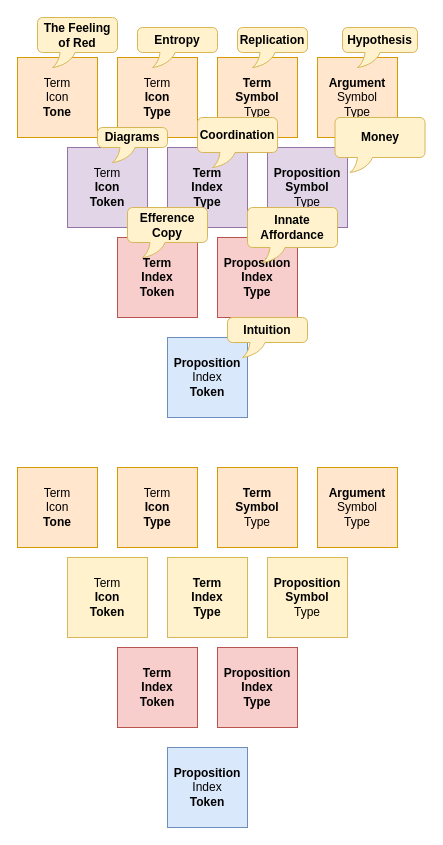
This is tensigns.drawio from codeaudit/1, a draw.io file, before an edit. Source tidied: cells renumbered, new cells numbered last; positions are measured from the earlier drawing's top-left corner, leaving out a move shared by most shapes. Both pictures are drawn from the tidied source at 100%, with x=0, y=0 at pixel (17, 17).
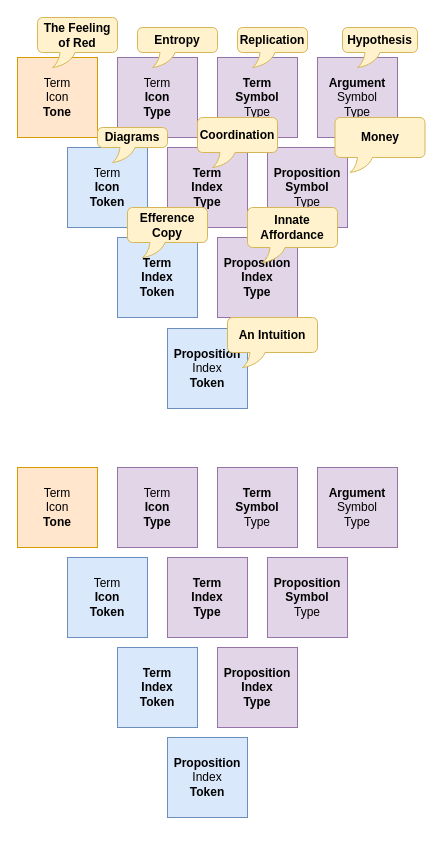
The same page after the edit.

The edit, as a diff of the source:
```diff
@@
-    <mxCell id="3" value="Term&lt;br&gt;&lt;b&gt;Icon&lt;br&gt;Type&lt;/b&gt;" style="whiteSpace=wrap;html=1;fillColor=#ffe6cc;strokeColor=#d79b00;" parent="1" vertex="1">
+    <mxCell id="3" value="Term&lt;br&gt;&lt;b&gt;Icon&lt;br&gt;Type&lt;/b&gt;" style="whiteSpace=wrap;html=1;fillColor=#e1d5e7;strokeColor=#9673a6;" parent="1" vertex="1">
       <mxGeometry x="100" y="450" width="80" height="80" as="geometry" />
     </mxCell>
-    <mxCell id="4" value="&lt;b&gt;Term&lt;br&gt;Symbol&lt;/b&gt;&lt;br&gt;Type" style="whiteSpace=wrap;html=1;fillColor=#ffe6cc;strokeColor=#d79b00;" parent="1" vertex="1">
+    <mxCell id="4" value="&lt;b&gt;Term&lt;br&gt;Symbol&lt;/b&gt;&lt;br&gt;Type" style="whiteSpace=wrap;html=1;fillColor=#e1d5e7;strokeColor=#9673a6;" parent="1" vertex="1">
       <mxGeometry x="200" y="450" width="80" height="80" as="geometry" />
     </mxCell>
-    <mxCell id="5" value="&lt;span&gt;&lt;b&gt;Argument&lt;/b&gt;&lt;br&gt;Symbol&lt;/span&gt;&lt;br&gt;&lt;span&gt;Type&lt;/span&gt;" style="whiteSpace=wrap;html=1;fillColor=#ffe6cc;strokeColor=#d79b00;" parent="1" vertex="1">
+    <mxCell id="5" value="&lt;span&gt;&lt;b&gt;Argument&lt;/b&gt;&lt;br&gt;Symbol&lt;/span&gt;&lt;br&gt;&lt;span&gt;Type&lt;/span&gt;" style="whiteSpace=wrap;html=1;fillColor=#e1d5e7;strokeColor=#9673a6;" parent="1" vertex="1">
       <mxGeometry x="300" y="450" width="80" height="80" as="geometry" />
     </mxCell>
-    <mxCell id="6" value="&lt;span&gt;Term&lt;/span&gt;&lt;br&gt;&lt;b&gt;&lt;span&gt;Icon&lt;/span&gt;&lt;br&gt;&lt;span&gt;Token&lt;/span&gt;&lt;/b&gt;" style="whiteSpace=wrap;html=1;fillColor=#fff2cc;strokeColor=#d6b656;" parent="1" vertex="1">
+    <mxCell id="6" value="&lt;span&gt;Term&lt;/span&gt;&lt;br&gt;&lt;b&gt;&lt;span&gt;Icon&lt;/span&gt;&lt;br&gt;&lt;span&gt;Token&lt;/span&gt;&lt;/b&gt;" style="whiteSpace=wrap;html=1;fillColor=#dae8fc;strokeColor=#6c8ebf;" parent="1" vertex="1">
       <mxGeometry x="50" y="540" width="80" height="80" as="geometry" />
     </mxCell>
-    <mxCell id="7" value="&lt;b&gt;&lt;span&gt;Term&lt;/span&gt;&lt;br&gt;&lt;span&gt;Index&lt;/span&gt;&lt;br&gt;&lt;span&gt;Type&lt;/span&gt;&lt;/b&gt;" style="whiteSpace=wrap;html=1;fillColor=#fff2cc;strokeColor=#d6b656;" parent="1" vertex="1">
+    <mxCell id="7" value="&lt;b&gt;&lt;span&gt;Term&lt;/span&gt;&lt;br&gt;&lt;span&gt;Index&lt;/span&gt;&lt;br&gt;&lt;span&gt;Type&lt;/span&gt;&lt;/b&gt;" style="whiteSpace=wrap;html=1;fillColor=#e1d5e7;strokeColor=#9673a6;" parent="1" vertex="1">
       <mxGeometry x="150" y="540" width="80" height="80" as="geometry" />
     </mxCell>
-    <mxCell id="8" value="&lt;b&gt;Proposition&lt;br&gt;&lt;span&gt;Symbol&lt;/span&gt;&lt;/b&gt;&lt;br&gt;&lt;span&gt;Type&lt;/span&gt;" style="whiteSpace=wrap;html=1;fillColor=#fff2cc;strokeColor=#d6b656;" parent="1" vertex="1">
+    <mxCell id="8" value="&lt;b&gt;Proposition&lt;br&gt;&lt;span&gt;Symbol&lt;/span&gt;&lt;/b&gt;&lt;br&gt;&lt;span&gt;Type&lt;/span&gt;" style="whiteSpace=wrap;html=1;fillColor=#e1d5e7;strokeColor=#9673a6;" parent="1" vertex="1">
       <mxGeometry x="250" y="540" width="80" height="80" as="geometry" />
     </mxCell>
-    <mxCell id="9" value="&lt;b&gt;&lt;span&gt;Term&lt;/span&gt;&lt;br&gt;&lt;span&gt;Index&lt;/span&gt;&lt;br&gt;&lt;span&gt;Token&lt;/span&gt;&lt;/b&gt;" style="whiteSpace=wrap;html=1;fillColor=#f8cecc;strokeColor=#b85450;" parent="1" vertex="1">
+    <mxCell id="9" value="&lt;b&gt;&lt;span&gt;Term&lt;/span&gt;&lt;br&gt;&lt;span&gt;Index&lt;/span&gt;&lt;br&gt;&lt;span&gt;Token&lt;/span&gt;&lt;/b&gt;" style="whiteSpace=wrap;html=1;fillColor=#dae8fc;strokeColor=#6c8ebf;" parent="1" vertex="1">
       <mxGeometry x="100" y="630" width="80" height="80" as="geometry" />
     </mxCell>
-    <mxCell id="10" value="&lt;b&gt;Proposition&lt;br&gt;Index&lt;br&gt;Type&lt;/b&gt;" style="whiteSpace=wrap;html=1;fillColor=#f8cecc;strokeColor=#b85450;" parent="1" vertex="1">
+    <mxCell id="10" value="&lt;b&gt;Proposition&lt;br&gt;Index&lt;br&gt;Type&lt;/b&gt;" style="whiteSpace=wrap;html=1;fillColor=#e1d5e7;strokeColor=#9673a6;" parent="1" vertex="1">
       <mxGeometry x="200" y="630" width="80" height="80" as="geometry" />
     </mxCell>
     <mxCell id="11" value="&lt;b&gt;Proposition&lt;br&gt;&lt;/b&gt;&lt;span&gt;Index&lt;/span&gt;&lt;br&gt;&lt;span&gt;&lt;b&gt;Token&lt;/b&gt;&lt;/span&gt;" style="whiteSpace=wrap;html=1;fillColor=#dae8fc;strokeColor=#6c8ebf;" parent="1" vertex="1">
-      <mxGeometry x="150" y="730" width="80" height="80" as="geometry" />
+      <mxGeometry x="150" y="720" width="80" height="80" as="geometry" />
     </mxCell>
@@
-    <mxCell id="13" value="Term&lt;br&gt;&lt;b&gt;Icon&lt;br&gt;Type&lt;/b&gt;" style="whiteSpace=wrap;html=1;fillColor=#ffe6cc;strokeColor=#d79b00;" parent="1" vertex="1">
+    <mxCell id="13" value="Term&lt;br&gt;&lt;b&gt;Icon&lt;br&gt;Type&lt;/b&gt;" style="whiteSpace=wrap;html=1;fillColor=#e1d5e7;strokeColor=#9673a6;" parent="1" vertex="1">
       <mxGeometry x="100" y="40" width="80" height="80" as="geometry" />
     </mxCell>
-    <mxCell id="14" value="&lt;b&gt;Term&lt;br&gt;Symbol&lt;/b&gt;&lt;br&gt;Type" style="whiteSpace=wrap;html=1;fillColor=#ffe6cc;strokeColor=#d79b00;" parent="1" vertex="1">
+    <mxCell id="14" value="&lt;b&gt;Term&lt;br&gt;Symbol&lt;/b&gt;&lt;br&gt;Type" style="whiteSpace=wrap;html=1;fillColor=#e1d5e7;strokeColor=#9673a6;" parent="1" vertex="1">
       <mxGeometry x="200" y="40" width="80" height="80" as="geometry" />
     </mxCell>
-    <mxCell id="15" value="&lt;span&gt;&lt;b&gt;Argument&lt;/b&gt;&lt;br&gt;Symbol&lt;/span&gt;&lt;br&gt;&lt;span&gt;Type&lt;/span&gt;" style="whiteSpace=wrap;html=1;fillColor=#ffe6cc;strokeColor=#d79b00;" parent="1" vertex="1">
+    <mxCell id="15" value="&lt;span&gt;&lt;b&gt;Argument&lt;/b&gt;&lt;br&gt;Symbol&lt;/span&gt;&lt;br&gt;&lt;span&gt;Type&lt;/span&gt;" style="whiteSpace=wrap;html=1;fillColor=#e1d5e7;strokeColor=#9673a6;" parent="1" vertex="1">
       <mxGeometry x="300" y="40" width="80" height="80" as="geometry" />
     </mxCell>
-    <mxCell id="16" value="&lt;span&gt;Term&lt;/span&gt;&lt;br&gt;&lt;b&gt;&lt;span&gt;Icon&lt;/span&gt;&lt;br&gt;&lt;span&gt;Token&lt;/span&gt;&lt;/b&gt;" style="whiteSpace=wrap;html=1;fillColor=#e1d5e7;strokeColor=#9673a6;" parent="1" vertex="1">
+    <mxCell id="16" value="&lt;span&gt;Term&lt;/span&gt;&lt;br&gt;&lt;b&gt;&lt;span&gt;Icon&lt;/span&gt;&lt;br&gt;&lt;span&gt;Token&lt;/span&gt;&lt;/b&gt;" style="whiteSpace=wrap;html=1;fillColor=#dae8fc;strokeColor=#6c8ebf;" parent="1" vertex="1">
       <mxGeometry x="50" y="130" width="80" height="80" as="geometry" />
     </mxCell>
@@
-    <mxCell id="19" value="&lt;b&gt;&lt;span&gt;Term&lt;/span&gt;&lt;br&gt;&lt;span&gt;Index&lt;/span&gt;&lt;br&gt;&lt;span&gt;Token&lt;/span&gt;&lt;/b&gt;" style="whiteSpace=wrap;html=1;fillColor=#f8cecc;strokeColor=#b85450;" parent="1" vertex="1">
+    <mxCell id="19" value="&lt;b&gt;&lt;span&gt;Term&lt;/span&gt;&lt;br&gt;&lt;span&gt;Index&lt;/span&gt;&lt;br&gt;&lt;span&gt;Token&lt;/span&gt;&lt;/b&gt;" style="whiteSpace=wrap;html=1;fillColor=#dae8fc;strokeColor=#6c8ebf;" parent="1" vertex="1">
       <mxGeometry x="100" y="220" width="80" height="80" as="geometry" />
     </mxCell>
-    <mxCell id="20" value="&lt;b&gt;Proposition&lt;br&gt;Index&lt;br&gt;Type&lt;/b&gt;" style="whiteSpace=wrap;html=1;fillColor=#f8cecc;strokeColor=#b85450;" parent="1" vertex="1">
+    <mxCell id="20" value="&lt;b&gt;Proposition&lt;br&gt;Index&lt;br&gt;Type&lt;/b&gt;" style="whiteSpace=wrap;html=1;fillColor=#e1d5e7;strokeColor=#9673a6;" parent="1" vertex="1">
       <mxGeometry x="200" y="220" width="80" height="80" as="geometry" />
     </mxCell>
     <mxCell id="21" value="&lt;b&gt;Proposition&lt;br&gt;&lt;/b&gt;&lt;span&gt;Index&lt;/span&gt;&lt;br&gt;&lt;span&gt;&lt;b&gt;Token&lt;/b&gt;&lt;/span&gt;" style="whiteSpace=wrap;html=1;fillColor=#dae8fc;strokeColor=#6c8ebf;" parent="1" vertex="1">
-      <mxGeometry x="150" y="320" width="80" height="80" as="geometry" />
+      <mxGeometry x="150" y="311" width="80" height="80" as="geometry" />
     </mxCell>
@@
-    <mxCell id="29" value="&lt;b&gt;Intuition&lt;br&gt;&lt;/b&gt;" style="whiteSpace=wrap;html=1;shape=mxgraph.basic.roundRectCallout;dx=30;dy=15;size=5;boundedLbl=1;fillColor=#fff2cc;strokeColor=#d6b656;" parent="1" vertex="1">
-      <mxGeometry x="210" y="300" width="80" height="40" as="geometry" />
+    <mxCell id="29" value="&lt;b&gt;An Intuition&lt;br&gt;&lt;/b&gt;" style="whiteSpace=wrap;html=1;shape=mxgraph.basic.roundRectCallout;dx=30;dy=15;size=5;boundedLbl=1;fillColor=#fff2cc;strokeColor=#d6b656;" parent="1" vertex="1">
+      <mxGeometry x="210" y="300" width="90" height="50" as="geometry" />
     </mxCell>
```
